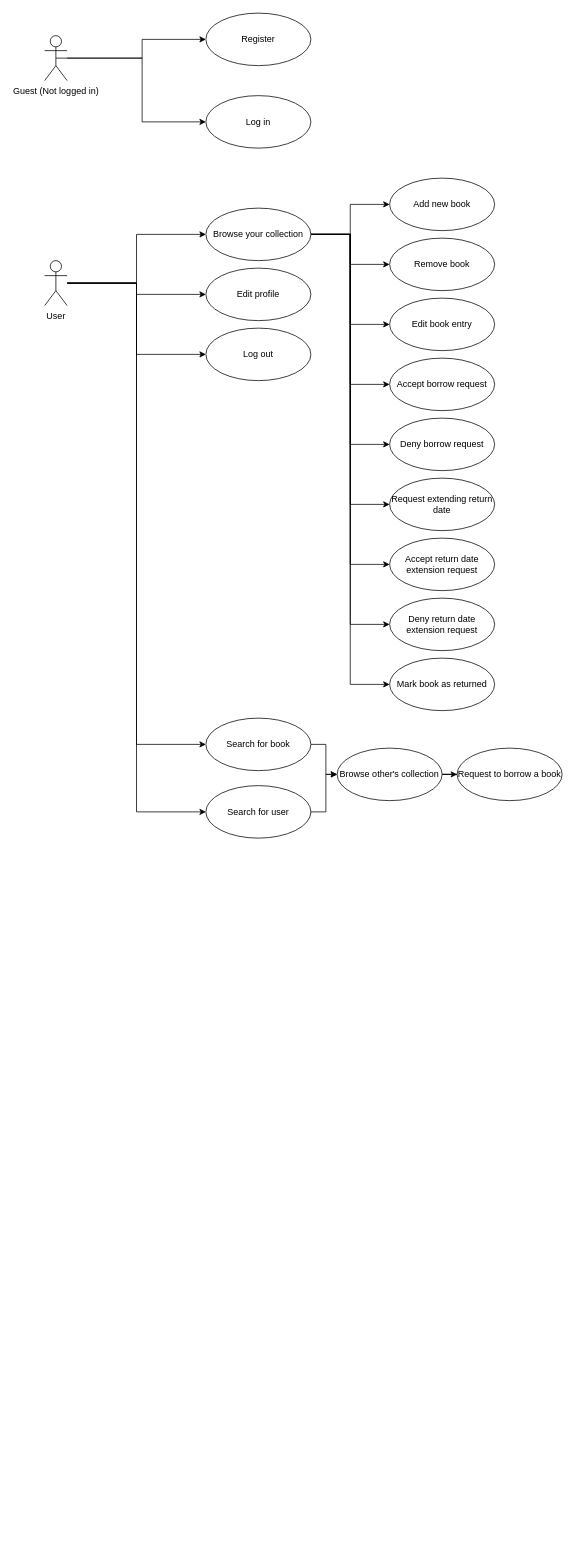
Earlier version of the draw.io diagram documentation/usecase_diagram.drawio (Kamil-Gw/2024_DSA_S4_GWOZDZ). Source tidied: cells renumbered, new cells numbered last; positions are measured from the earlier drawing's top-left corner, leaving out a move shared by most shapes. Both pictures are drawn from the tidied source at 75%, with x=0, y=0 at pixel (44, 13).
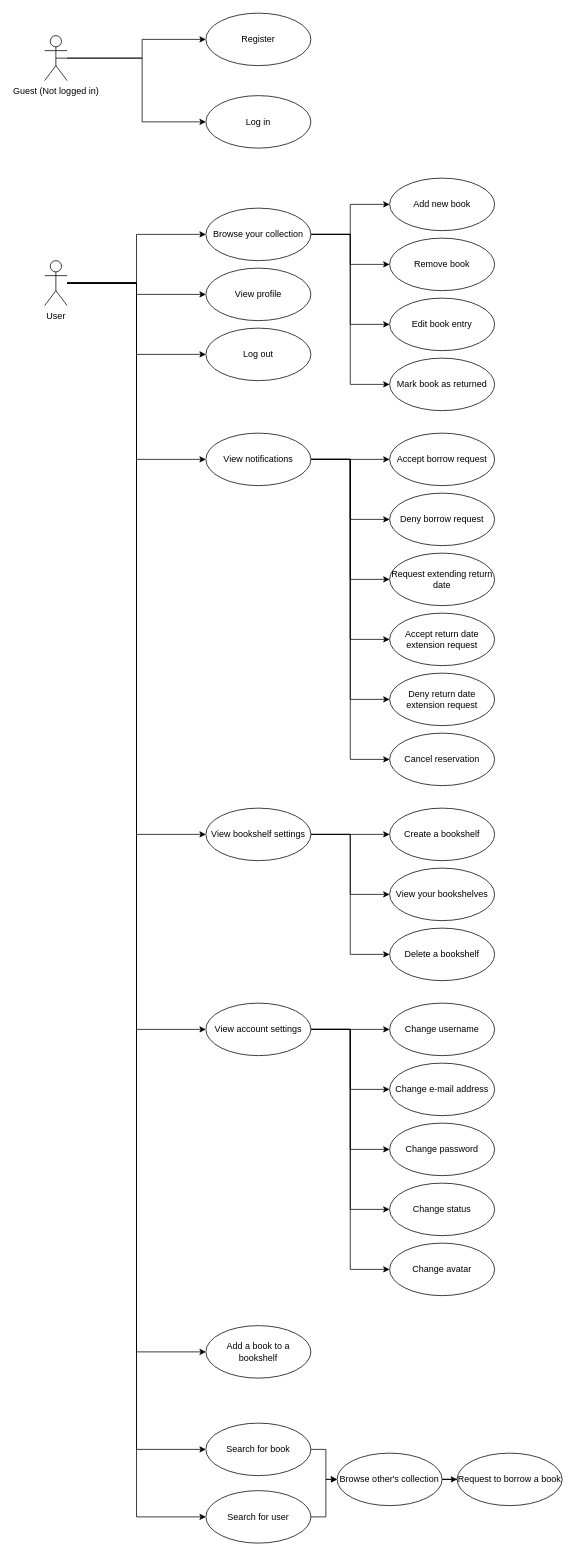
The same diagram, later.

The change refers to these unchanged cells:
```xml
<mxCell id="12" value="User" style="shape=umlActor;verticalLabelPosition=bottom;verticalAlign=top;html=1;" parent="1" vertex="1">
  <mxGeometry y="330" width="30" height="60" as="geometry" />
</mxCell>
<mxCell id="22" value="Browse your collection" style="ellipse;whiteSpace=wrap;html=1;" parent="1" vertex="1">
  <mxGeometry x="215" y="260" width="140" height="70" as="geometry" />
</mxCell>
```

The edit, as a diff of the source:
```diff
@@
+    <mxCell id="41" style="edgeStyle=orthogonalEdgeStyle;rounded=0;jettySize=auto;html=1;entryX=0;entryY=0.5;entryDx=0;entryDy=0;" parent="1" edge="1" source="12" target="51">
+      <mxGeometry relative="1" as="geometry" />
+    </mxCell>
+    <mxCell id="42" style="edgeStyle=orthogonalEdgeStyle;rounded=0;jettySize=auto;html=1;entryX=0;entryY=0.5;entryDx=0;entryDy=0;" parent="1" edge="1" source="12" target="59">
+      <mxGeometry relative="1" as="geometry" />
+    </mxCell>
+    <mxCell id="43" style="edgeStyle=orthogonalEdgeStyle;rounded=0;jettySize=auto;html=1;entryX=0;entryY=0.5;entryDx=0;entryDy=0;" parent="1" edge="1" source="12" target="66">
+      <mxGeometry relative="1" as="geometry" />
+    </mxCell>
+    <mxCell id="44" style="edgeStyle=orthogonalEdgeStyle;rounded=0;jettySize=auto;html=1;entryX=0;entryY=0.5;entryDx=0;entryDy=0;" parent="1" edge="1" source="12" target="71">
+      <mxGeometry relative="1" as="geometry" />
+    </mxCell>
@@
-    <mxCell id="16" style="edgeStyle=orthogonalEdgeStyle;rounded=0;jettySize=auto;html=1;entryX=0;entryY=0.5;entryDx=0;entryDy=0;" parent="1" edge="1" source="22" target="31">
-      <mxGeometry relative="1" as="geometry" />
-    </mxCell>
-    <mxCell id="17" style="edgeStyle=orthogonalEdgeStyle;rounded=0;jettySize=auto;html=1;entryX=0;entryY=0.5;entryDx=0;entryDy=0;" parent="1" edge="1" source="22" target="36">
-      <mxGeometry relative="1" as="geometry" />
-    </mxCell>
@@
-    <mxCell id="19" style="edgeStyle=orthogonalEdgeStyle;rounded=0;jettySize=auto;html=1;entryX=0;entryY=0.5;entryDx=0;entryDy=0;" parent="1" edge="1" source="22" target="38">
-      <mxGeometry relative="1" as="geometry" />
-    </mxCell>
-    <mxCell id="20" style="edgeStyle=orthogonalEdgeStyle;rounded=0;jettySize=auto;html=1;entryX=0;entryY=0.5;entryDx=0;entryDy=0;" parent="1" edge="1" source="22" target="39">
-      <mxGeometry relative="1" as="geometry" />
-    </mxCell>
-    <mxCell id="21" style="edgeStyle=orthogonalEdgeStyle;rounded=0;jettySize=auto;html=1;entryX=0;entryY=0.5;entryDx=0;entryDy=0;" parent="1" edge="1" source="22" target="40">
-      <mxGeometry relative="1" as="geometry" />
-    </mxCell>
@@
     <mxCell id="26" value="Browse other's collection" style="ellipse;whiteSpace=wrap;html=1;" parent="1" vertex="1">
-      <mxGeometry x="390" y="980" width="140" height="70" as="geometry" />
+      <mxGeometry x="390" y="1920" width="140" height="70" as="geometry" />
     </mxCell>
     <mxCell id="27" value="Request to borrow a book" style="ellipse;whiteSpace=wrap;html=1;" parent="1" vertex="1">
-      <mxGeometry x="550" y="980" width="140" height="70" as="geometry" />
+      <mxGeometry x="550" y="1920" width="140" height="70" as="geometry" />
     </mxCell>
@@
-    <mxCell id="29" value="Edit profile" style="ellipse;whiteSpace=wrap;html=1;" parent="1" vertex="1">
+    <mxCell id="29" value="View profile" style="ellipse;whiteSpace=wrap;html=1;" parent="1" vertex="1">
       <mxGeometry x="215" y="340" width="140" height="70" as="geometry" />
     </mxCell>
@@
     <mxCell id="31" value="Accept borrow request" style="ellipse;whiteSpace=wrap;html=1;" parent="1" vertex="1">
-      <mxGeometry x="460" y="460" width="140" height="70" as="geometry" />
+      <mxGeometry x="460" y="560" width="140" height="70" as="geometry" />
     </mxCell>
@@
     <mxCell id="33" value="Search for user" style="ellipse;whiteSpace=wrap;html=1;" parent="1" vertex="1">
-      <mxGeometry x="215" y="1030" width="140" height="70" as="geometry" />
+      <mxGeometry x="215" y="1970" width="140" height="70" as="geometry" />
     </mxCell>
@@
     <mxCell id="35" value="Search for book" style="ellipse;whiteSpace=wrap;html=1;" parent="1" vertex="1">
-      <mxGeometry x="215" y="940" width="140" height="70" as="geometry" />
+      <mxGeometry x="215" y="1880" width="140" height="70" as="geometry" />
     </mxCell>
     <mxCell id="36" value="Deny borrow request" style="ellipse;whiteSpace=wrap;html=1;" parent="1" vertex="1">
-      <mxGeometry x="460" y="540" width="140" height="70" as="geometry" />
+      <mxGeometry x="460" y="640" width="140" height="70" as="geometry" />
     </mxCell>
     <mxCell id="37" value="Mark book as returned" style="ellipse;whiteSpace=wrap;html=1;" parent="1" vertex="1">
-      <mxGeometry x="460" y="860" width="140" height="70" as="geometry" />
+      <mxGeometry x="460" y="460" width="140" height="70" as="geometry" />
     </mxCell>
     <mxCell id="38" value="Request extending return date" style="ellipse;whiteSpace=wrap;html=1;" parent="1" vertex="1">
-      <mxGeometry x="460" y="620" width="140" height="70" as="geometry" />
+      <mxGeometry x="460" y="720" width="140" height="70" as="geometry" />
     </mxCell>
     <mxCell id="39" value="Accept return date extension request" style="ellipse;whiteSpace=wrap;html=1;" parent="1" vertex="1">
-      <mxGeometry x="460" y="700" width="140" height="70" as="geometry" />
+      <mxGeometry x="460" y="800" width="140" height="70" as="geometry" />
     </mxCell>
     <mxCell id="40" value="Deny return date extension request" style="ellipse;whiteSpace=wrap;html=1;" parent="1" vertex="1">
-      <mxGeometry x="460" y="780" width="140" height="70" as="geometry" />
+      <mxGeometry x="460" y="880" width="140" height="70" as="geometry" />
     </mxCell>
+    <mxCell id="45" style="edgeStyle=orthogonalEdgeStyle;rounded=0;jettySize=auto;html=1;entryX=0;entryY=0.5;entryDx=0;entryDy=0;" parent="1" edge="1" source="51" target="31">
+      <mxGeometry relative="1" as="geometry" />
+    </mxCell>
+    <mxCell id="46" style="edgeStyle=orthogonalEdgeStyle;rounded=0;jettySize=auto;html=1;entryX=0;entryY=0.5;entryDx=0;entryDy=0;" parent="1" edge="1" source="51" target="36">
+      <mxGeometry relative="1" as="geometry" />
+    </mxCell>
+    <mxCell id="47" style="edgeStyle=orthogonalEdgeStyle;rounded=0;jettySize=auto;html=1;entryX=0;entryY=0.5;entryDx=0;entryDy=0;" parent="1" edge="1" source="51" target="38">
+      <mxGeometry relative="1" as="geometry" />
+    </mxCell>
+    <mxCell id="48" style="edgeStyle=orthogonalEdgeStyle;rounded=0;jettySize=auto;html=1;entryX=0;entryY=0.5;entryDx=0;entryDy=0;" parent="1" edge="1" source="51" target="39">
+      <mxGeometry relative="1" as="geometry" />
+    </mxCell>
+    <mxCell id="49" style="edgeStyle=orthogonalEdgeStyle;rounded=0;jettySize=auto;html=1;entryX=0;entryY=0.5;entryDx=0;entryDy=0;" parent="1" edge="1" source="51" target="40">
+      <mxGeometry relative="1" as="geometry" />
+    </mxCell>
+    <mxCell id="50" style="edgeStyle=orthogonalEdgeStyle;rounded=0;jettySize=auto;html=1;entryX=0;entryY=0.5;entryDx=0;entryDy=0;" parent="1" edge="1" source="51" target="52">
+      <mxGeometry relative="1" as="geometry" />
+    </mxCell>
+    <mxCell id="51" value="View notifications" style="ellipse;whiteSpace=wrap;html=1;" parent="1" vertex="1">
+      <mxGeometry x="215" y="560" width="140" height="70" as="geometry" />
+    </mxCell>
+    <mxCell id="52" value="Cancel reservation" style="ellipse;whiteSpace=wrap;html=1;" parent="1" vertex="1">
+      <mxGeometry x="460" y="960" width="140" height="70" as="geometry" />
+    </mxCell>
+    <mxCell id="53" value="Create a bookshelf" style="ellipse;whiteSpace=wrap;html=1;" parent="1" vertex="1">
+      <mxGeometry x="460" y="1060" width="140" height="70" as="geometry" />
+    </mxCell>
+    <mxCell id="54" value="View your bookshelves" style="ellipse;whiteSpace=wrap;html=1;" parent="1" vertex="1">
+      <mxGeometry x="460" y="1140" width="140" height="70" as="geometry" />
+    </mxCell>
+    <mxCell id="55" value="Delete a bookshelf" style="ellipse;whiteSpace=wrap;html=1;" parent="1" vertex="1">
+      <mxGeometry x="460" y="1220" width="140" height="70" as="geometry" />
+    </mxCell>
+    <mxCell id="56" style="edgeStyle=orthogonalEdgeStyle;rounded=0;jettySize=auto;html=1;" parent="1" edge="1" source="59" target="53">
+      <mxGeometry relative="1" as="geometry" />
+    </mxCell>
+    <mxCell id="57" style="edgeStyle=orthogonalEdgeStyle;rounded=0;jettySize=auto;html=1;entryX=0;entryY=0.5;entryDx=0;entryDy=0;" parent="1" edge="1" source="59" target="54">
+      <mxGeometry relative="1" as="geometry" />
+    </mxCell>
+    <mxCell id="58" style="edgeStyle=orthogonalEdgeStyle;rounded=0;jettySize=auto;html=1;entryX=0;entryY=0.5;entryDx=0;entryDy=0;" parent="1" edge="1" source="59" target="55">
+      <mxGeometry relative="1" as="geometry" />
+    </mxCell>
+    <mxCell id="59" value="View bookshelf settings" style="ellipse;whiteSpace=wrap;html=1;" parent="1" vertex="1">
+      <mxGeometry x="215" y="1060" width="140" height="70" as="geometry" />
+    </mxCell>
+    <mxCell id="60" value="Change username" style="ellipse;whiteSpace=wrap;html=1;" parent="1" vertex="1">
+      <mxGeometry x="460" y="1320" width="140" height="70" as="geometry" />
+    </mxCell>
+    <mxCell id="61" style="edgeStyle=orthogonalEdgeStyle;rounded=0;jettySize=auto;html=1;entryX=0;entryY=0.5;entryDx=0;entryDy=0;" parent="1" edge="1" source="66" target="60">
+      <mxGeometry relative="1" as="geometry" />
+    </mxCell>
+    <mxCell id="62" style="edgeStyle=orthogonalEdgeStyle;rounded=0;jettySize=auto;html=1;entryX=0;entryY=0.5;entryDx=0;entryDy=0;" parent="1" edge="1" source="66" target="67">
+      <mxGeometry relative="1" as="geometry" />
+    </mxCell>
+    <mxCell id="63" style="edgeStyle=orthogonalEdgeStyle;rounded=0;jettySize=auto;html=1;entryX=0;entryY=0.5;entryDx=0;entryDy=0;" parent="1" edge="1" source="66" target="68">
+      <mxGeometry relative="1" as="geometry" />
+    </mxCell>
+    <mxCell id="64" style="edgeStyle=orthogonalEdgeStyle;rounded=0;jettySize=auto;html=1;entryX=0;entryY=0.5;entryDx=0;entryDy=0;" parent="1" edge="1" source="66" target="69">
+      <mxGeometry relative="1" as="geometry" />
+    </mxCell>
+    <mxCell id="65" style="edgeStyle=orthogonalEdgeStyle;rounded=0;jettySize=auto;html=1;entryX=0;entryY=0.5;entryDx=0;entryDy=0;" parent="1" edge="1" source="66" target="70">
+      <mxGeometry relative="1" as="geometry" />
+    </mxCell>
+    <mxCell id="66" value="View account settings" style="ellipse;whiteSpace=wrap;html=1;" parent="1" vertex="1">
+      <mxGeometry x="215" y="1320" width="140" height="70" as="geometry" />
+    </mxCell>
+    <mxCell id="67" value="Change e-mail address" style="ellipse;whiteSpace=wrap;html=1;" parent="1" vertex="1">
+      <mxGeometry x="460" y="1400" width="140" height="70" as="geometry" />
+    </mxCell>
+    <mxCell id="68" value="Change password" style="ellipse;whiteSpace=wrap;html=1;" parent="1" vertex="1">
+      <mxGeometry x="460" y="1480" width="140" height="70" as="geometry" />
+    </mxCell>
+    <mxCell id="69" value="Change status" style="ellipse;whiteSpace=wrap;html=1;" parent="1" vertex="1">
+      <mxGeometry x="460" y="1560" width="140" height="70" as="geometry" />
+    </mxCell>
+    <mxCell id="70" value="Change avatar" style="ellipse;whiteSpace=wrap;html=1;" parent="1" vertex="1">
+      <mxGeometry x="460" y="1640" width="140" height="70" as="geometry" />
+    </mxCell>
+    <mxCell id="71" value="Add a book to a bookshelf" style="ellipse;whiteSpace=wrap;html=1;" parent="1" vertex="1">
+      <mxGeometry x="215" y="1750" width="140" height="70" as="geometry" />
+    </mxCell>
```
